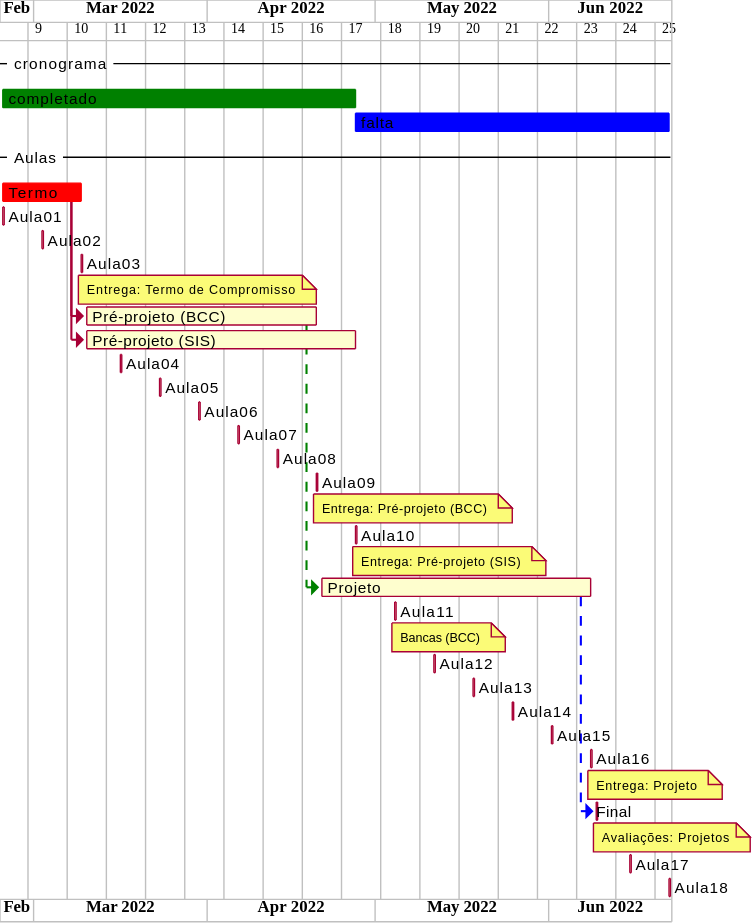
Before: svg/cronograma.svg, a diagram exported from PlantUML (dalton-reis/disciplina_TCC1_Privado).
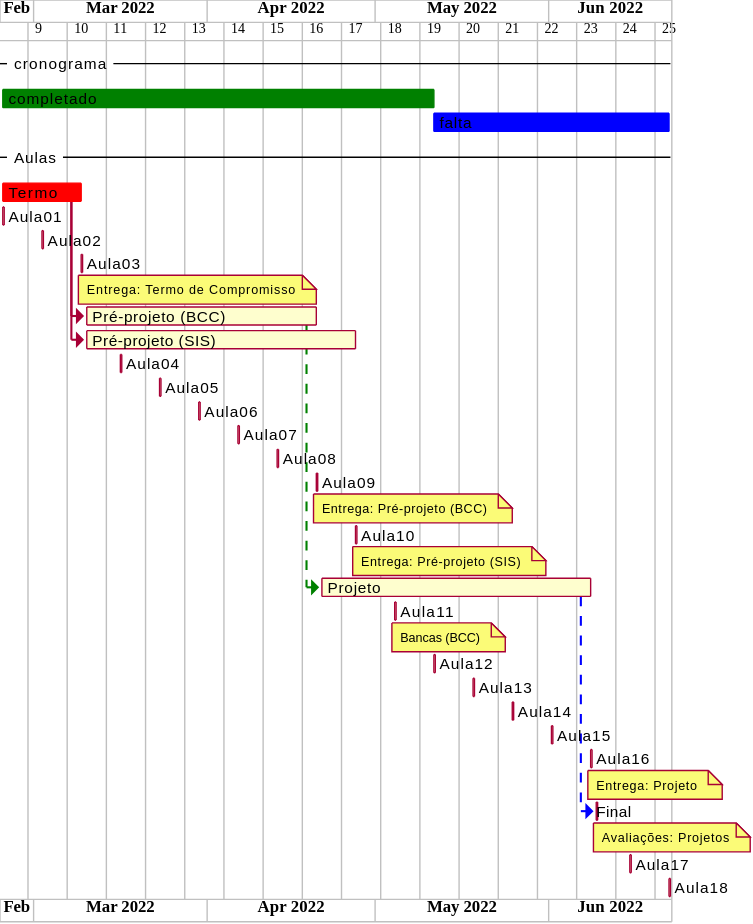
After the change.

Commit message:
Ajuste cronograma.

The edit, as a diff of the source:
```diff
@@ -21,7 +21,7 @@
 !$Aula17 = "2022-06-15"
 !$Aula18 = $dataFim
 
-!$dataAtual  = $Aula10
+!$dataAtual  = $Aula12
 
 ganttscale weekly
 
```
